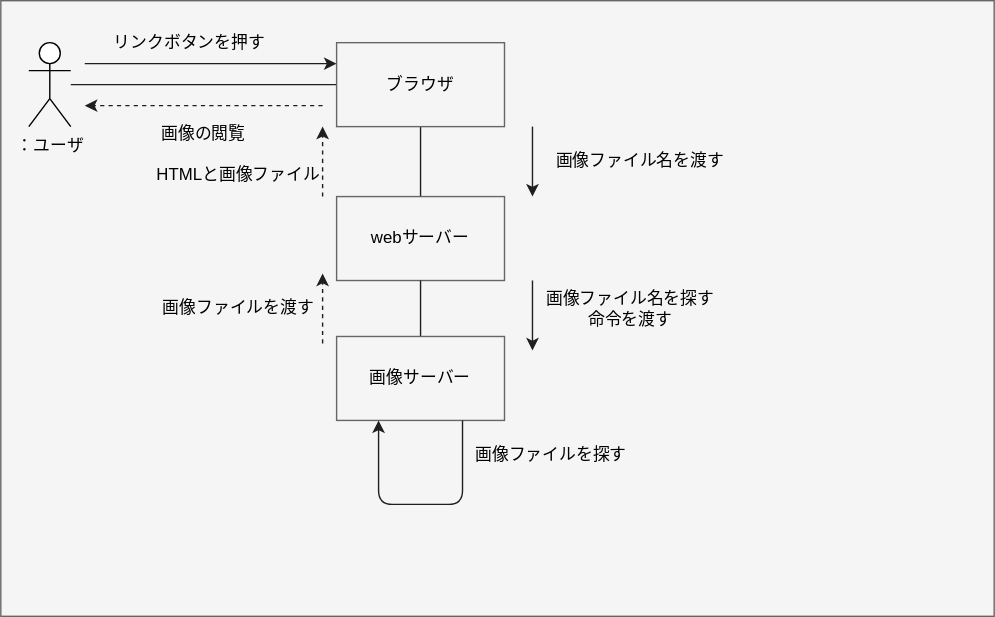
The draw.io diagram 演習5-1_CD_Web画像検索.drawio.svg in youryota/uml-introduction, before a commit. Source tidied: cells renumbered, new cells last; positions are measured from the earlier drawing's top-left corner, leaving out a move shared by most shapes.
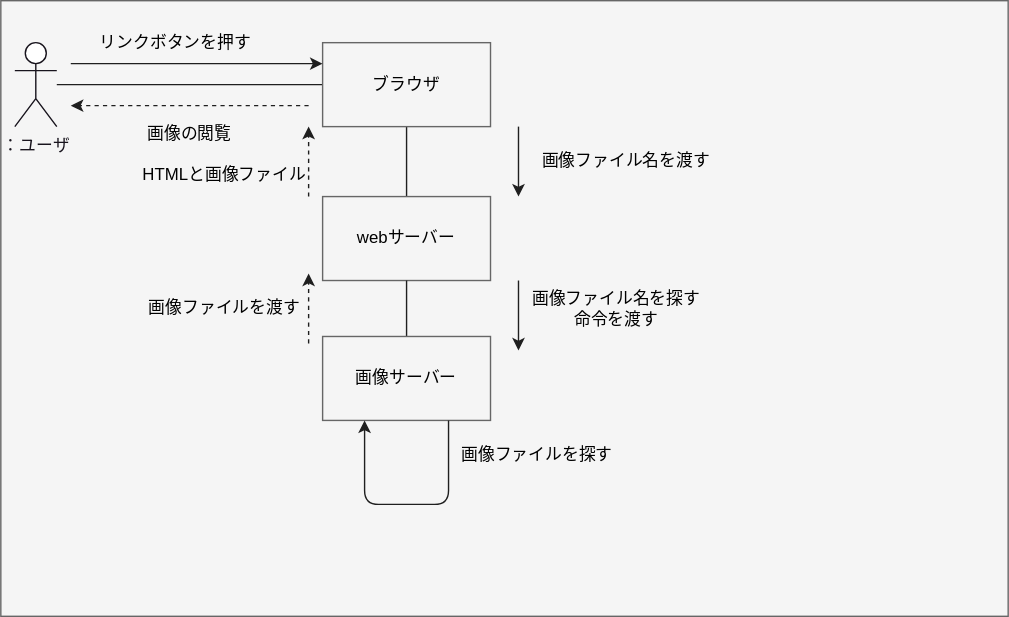
After the commit.

Diff of the diagram source:
```diff
@@ -3,14 +3,13 @@
     <mxCell id="0" />
     <mxCell id="1" parent="0" />
     <mxCell id="2" value="&lt;span style=&quot;color: rgba(0, 0, 0, 0); font-family: monospace; font-size: 0px; text-align: start;&quot;&gt;%3CmxGraphModel%3E%3Croot%3E%3CmxCell%20id%3D%220%22%2F%3E%3CmxCell%20id%3D%221%22%20parent%3D%220%22%2F%3E%3CmxCell%20id%3D%222%22%20value%3D%22%22%20style%3D%22rounded%3D0%3BwhiteSpace%3Dwrap%3Bhtml%3D1%3BstrokeColor%3D%23666666%3BfontColor%3D%23333333%3BfillColor%3D%23f5f5f5%3B%22%20vertex%3D%221%22%20parent%3D%221%22%3E%3CmxGeometry%20x%3D%2250%22%20y%3D%22130%22%20width%3D%2210%22%20height%3D%22140%22%20as%3D%22geometry%22%2F%3E%3C%2FmxCell%3E%3C%2Froot%3E%3C%2FmxGraphModel%3E&lt;/span&gt;&lt;span style=&quot;color: rgba(0, 0, 0, 0); font-family: monospace; font-size: 0px; text-align: start;&quot;&gt;%3CmxGraphModel%3E%3Croot%3E%3CmxCell%20id%3D%220%22%2F%3E%3CmxCell%20id%3D%221%22%20parent%3D%220%22%2F%3E%3CmxCell%20id%3D%222%22%20value%3D%22%22%20style%3D%22rounded%3D0%3BwhiteSpace%3Dwrap%3Bhtml%3D1%3BstrokeColor%3D%23666666%3BfontColor%3D%23333333%3BfillColor%3D%23f5f5f5%3B%22%20vertex%3D%221%22%20parent%3D%221%22%3E%3CmxGeometry%20x%3D%2250%22%20y%3D%22130%22%20width%3D%2210%22%20height%3D%22140%22%20as%3D%22geometry%22%2F%3E%3C%2FmxCell%3E%3C%2Froot%3E%3C%2FmxGraphModel%3E&lt;/span&gt;&lt;span style=&quot;color: rgba(0, 0, 0, 0); font-family: monospace; font-size: 0px; text-align: start;&quot;&gt;%3CmxGraphModel%3E%3Croot%3E%3CmxCell%20id%3D%220%22%2F%3E%3CmxCell%20id%3D%221%22%20parent%3D%220%22%2F%3E%3CmxCell%20id%3D%222%22%20value%3D%22%22%20style%3D%22rounded%3D0%3BwhiteSpace%3Dwrap%3Bhtml%3D1%3BstrokeColor%3D%23666666%3BfontColor%3D%23333333%3BfillColor%3D%23f5f5f5%3B%22%20vertex%3D%221%22%20parent%3D%221%22%3E%3CmxGeometry%20x%3D%2250%22%20y%3D%22130%22%20width%3D%2210%22%20height%3D%22140%22%20as%3D%22geometry%22%2F%3E%3C%2FmxCell%3E%3C%2Froot%3E%3C%2FmxGraphModel%3E&lt;/span&gt;&lt;span style=&quot;color: rgba(0, 0, 0, 0); font-family: monospace; font-size: 0px; text-align: start;&quot;&gt;%3CmxGraphModel%3E%3Croot%3E%3CmxCell%20id%3D%220%22%2F%3E%3CmxCell%20id%3D%221%22%20parent%3D%220%22%2F%3E%3CmxCell%20id%3D%222%22%20value%3D%22%22%20style%3D%22rounded%3D0%3BwhiteSpace%3Dwrap%3Bhtml%3D1%3BstrokeColor%3D%23666666%3BfontColor%3D%23333333%3BfillColor%3D%23f5f5f5%3B%22%20vertex%3D%221%22%20parent%3D%221%22%3E%3CmxGeometry%20x%3D%2250%22%20y%3D%22130%22%20width%3D%2210%22%20height%3D%22140%22%20as%3D%22geometry%22%2F%3E%3C%2FmxCell%3E%3C%2Froot%3E%3C%2FmxGraphModel%3E&lt;/span&gt;" style="rounded=0;whiteSpace=wrap;html=1;fillColor=#f5f5f5;strokeColor=#666666;fontColor=#333333;" parent="1" vertex="1">
-      <mxGeometry width="710" height="440" as="geometry" />
+      <mxGeometry x="10" width="720" height="440" as="geometry" />
     </mxCell>
-    <mxCell id="3" style="edgeStyle=none;html=1;strokeColor=#1f1f1f;fontColor=#000000;startArrow=none;startFill=0;endArrow=none;endFill=0;" parent="1" edge="1" source="4" target="6">
-      <mxGeometry relative="1" as="geometry" />
+    <mxCell id="3" style="edgeStyle=none;html=1;strokeColor=#1f1f1f;fontColor=#000000;startArrow=none;startFill=0;endArrow=none;endFill=0;" parent="1" edge="1" target="6">
+      <mxGeometry relative="1" as="geometry">
+        <mxPoint x="50" y="60" as="sourcePoint" />
+      </mxGeometry>
     </mxCell>
-    <mxCell id="4" value="：ユーザ" style="shape=umlActor;verticalLabelPosition=bottom;verticalAlign=top;html=1;outlineConnect=0;strokeColor=#000000;fontColor=#000000;" parent="1" vertex="1">
-      <mxGeometry x="20" y="30" width="30" height="60" as="geometry" />
-    </mxCell>
     <mxCell id="5" style="edgeStyle=none;html=1;strokeColor=#1f1f1f;fontColor=#000000;startArrow=none;startFill=0;endArrow=none;endFill=0;" parent="1" edge="1" source="6" target="8">
       <mxGeometry relative="1" as="geometry" />
     </mxCell>
@@ -99,5 +98,8 @@
     <mxCell id="26" value="画像の閲覧" style="text;html=1;strokeColor=none;fillColor=none;align=center;verticalAlign=middle;whiteSpace=wrap;rounded=0;fontColor=#000000;" parent="1" vertex="1">
       <mxGeometry x="100" y="80" width="90" height="30" as="geometry" />
     </mxCell>
+    <mxCell id="4" value="&lt;font color=&quot;#18141d&quot;&gt;：ユーザ&lt;/font&gt;" style="shape=umlActor;verticalLabelPosition=bottom;verticalAlign=top;html=1;outlineConnect=0;strokeColor=#18141D;" parent="1" vertex="1">
+      <mxGeometry x="20" y="30" width="30" height="60" as="geometry" />
+    </mxCell>
   </root>
 </mxGraphModel>
```
